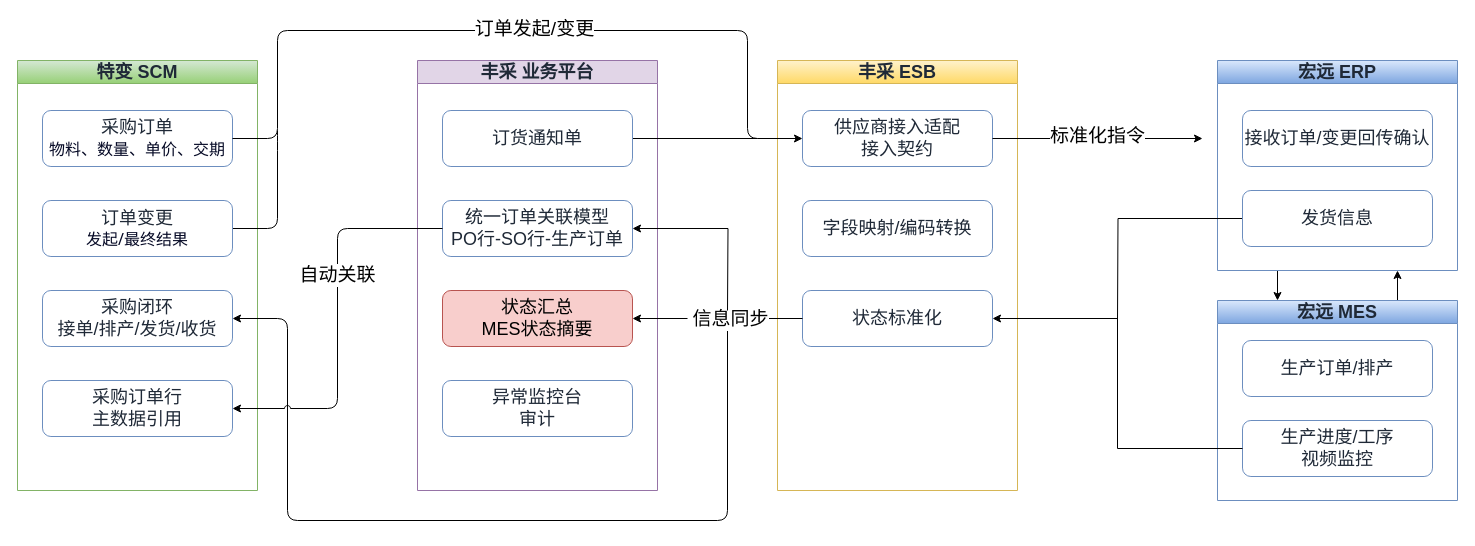
Before: page "方案二" (4 of 4) of 业务系统/fc/特变方案图.drawio in Utihbi/pics, a draw.io diagram. Source tidied: cells renumbered, new cells numbered last; positions are measured from the earlier drawing's top-left corner, leaving out a move shared by most shapes. Both pictures are drawn from the tidied source at 100%, with x=0, y=0 at pixel (17, 30).
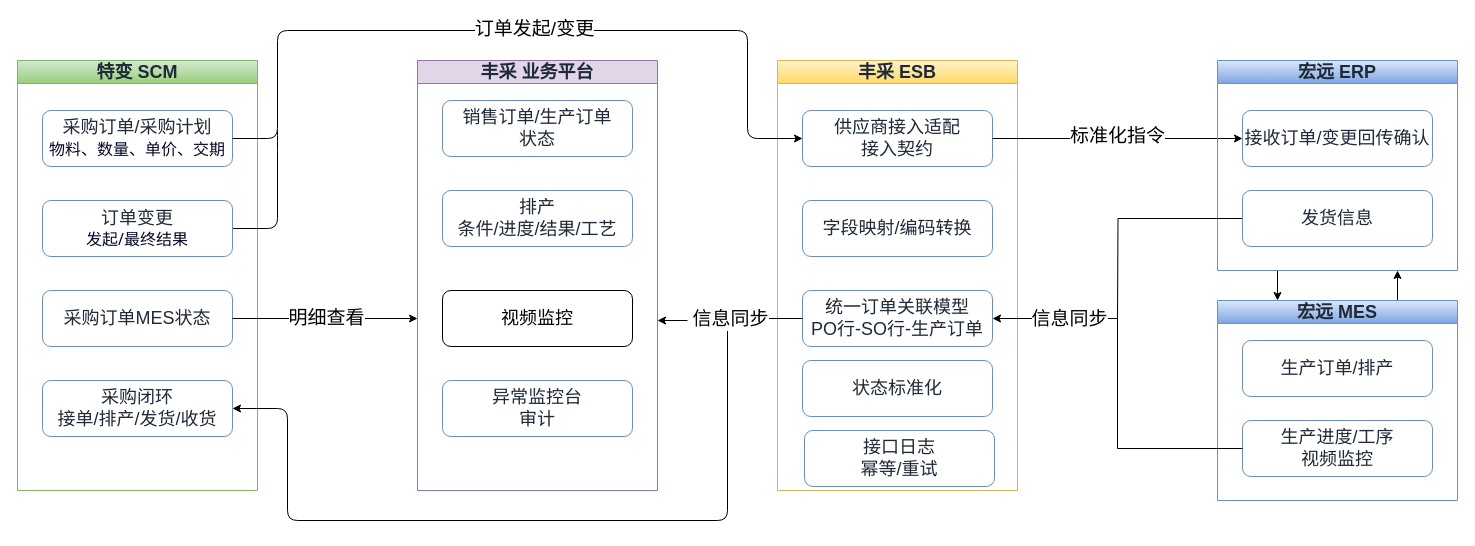
Above is the later version.

Commit message:
特变方案图-评审适配

Unchanged cells that the change refers to:
```xml
<mxCell id="2" value="&lt;span style=&quot;color: rgb(31, 41, 55);&quot;&gt;&lt;font style=&quot;font-size: 18px;&quot;&gt;特变 SCM&lt;/font&gt;&lt;/span&gt;" style="swimlane;whiteSpace=wrap;html=1;fillColor=#d5e8d4;strokeColor=#82b366;gradientColor=#97d077;" parent="1" vertex="1">
  <mxGeometry y="30" width="240" height="430" as="geometry" />
</mxCell>
<mxCell id="8" value="&lt;span style=&quot;color: rgb(31, 41, 55);&quot;&gt;&lt;font style=&quot;font-size: 18px;&quot;&gt;丰采 ESB&lt;/font&gt;&lt;/span&gt;" style="swimlane;whiteSpace=wrap;html=1;fillColor=#fff2cc;gradientColor=#ffd966;strokeColor=#d6b656;" parent="1" vertex="1">
  <mxGeometry x="760" y="30" width="240" height="430" as="geometry" />
</mxCell>
<mxCell id="9" value="&lt;span style=&quot;font-size: 18px;&quot;&gt;供应商接入适配&lt;/span&gt;&lt;div&gt;&lt;span style=&quot;font-size: 18px;&quot;&gt;接入契约&lt;/span&gt;&lt;/div&gt;" style="rounded=1;whiteSpace=wrap;html=1;fillColor=#ffffff;strokeColor=#6c8ebf;fontColor=#1f2937;" parent="8" vertex="1">
  <mxGeometry x="25" y="50" width="190" height="56" as="geometry" />
</mxCell>
<mxCell id="18" value="&lt;span style=&quot;color: rgb(31, 41, 55);&quot;&gt;&lt;font style=&quot;font-size: 18px;&quot;&gt;丰采 业务平台&lt;/font&gt;&lt;/span&gt;" style="swimlane;whiteSpace=wrap;html=1;fillColor=#e1d5e7;strokeColor=#9673a6;" parent="1" vertex="1">
  <mxGeometry x="400" y="30" width="240" height="430" as="geometry" />
</mxCell>
<mxCell id="30" value="&lt;span style=&quot;font-size: 18px;&quot;&gt;接收订单/变更回传确认&lt;/span&gt;" style="rounded=1;whiteSpace=wrap;html=1;fillColor=#ffffff;strokeColor=#6c8ebf;fontColor=#1f2937;" parent="29" vertex="1">
  <mxGeometry x="25" y="50" width="190" height="56" as="geometry" />
</mxCell>
<mxCell id="37" style="edgeStyle=orthogonalEdgeStyle;rounded=0;jettySize=auto;html=1;entryX=1;entryY=0.5;entryDx=0;entryDy=0;" parent="1" edge="1" source="36" target="11">
  <mxGeometry relative="1" as="geometry" />
</mxCell>
```

What changed in the source:
```diff
@@
-    <mxCell id="3" value="&lt;font style=&quot;font-size: 18px;&quot;&gt;采购订单&lt;/font&gt;&lt;div&gt;&lt;font style=&quot;font-size: 18px;&quot;&gt;&lt;span style=&quot;color: rgb(6, 10, 38); font-family: system-ui, -apple-system, BlinkMacSystemFont, &amp;quot;Segoe UI&amp;quot;, Roboto, &amp;quot;Helvetica Neue&amp;quot;, Arial, sans-serif; font-size: 16px; text-align: left; background-color: rgb(255, 255, 255);&quot;&gt;物料、数量、单价、交期&lt;/span&gt;&lt;/font&gt;&lt;/div&gt;" style="rounded=1;whiteSpace=wrap;html=1;fillColor=#ffffff;strokeColor=#6c8ebf;fontColor=#1f2937;" parent="2" vertex="1">
+    <mxCell id="3" value="&lt;font style=&quot;font-size: 18px;&quot;&gt;采购订单/采购计划&lt;/font&gt;&lt;div&gt;&lt;font style=&quot;font-size: 18px;&quot;&gt;&lt;span style=&quot;color: rgb(6, 10, 38); font-family: system-ui, -apple-system, BlinkMacSystemFont, &amp;quot;Segoe UI&amp;quot;, Roboto, &amp;quot;Helvetica Neue&amp;quot;, Arial, sans-serif; font-size: 16px; text-align: left; background-color: rgb(255, 255, 255);&quot;&gt;物料、数量、单价、交期&lt;/span&gt;&lt;/font&gt;&lt;/div&gt;" style="rounded=1;whiteSpace=wrap;html=1;fillColor=#ffffff;strokeColor=#6c8ebf;fontColor=#1f2937;" parent="2" vertex="1">
       <mxGeometry x="25" y="50" width="190" height="56" as="geometry" />
     </mxCell>
@@
     <mxCell id="6" value="&lt;span style=&quot;font-size: 18px;&quot;&gt;采购闭环&lt;/span&gt;&lt;div&gt;&lt;span style=&quot;font-size: 18px;&quot;&gt;接单/排产/发货/收货&lt;/span&gt;&lt;/div&gt;" style="rounded=1;whiteSpace=wrap;html=1;fillColor=#ffffff;strokeColor=#6c8ebf;fontColor=#1f2937;" parent="2" vertex="1">
-      <mxGeometry x="25" y="230" width="190" height="56" as="geometry" />
+      <mxGeometry x="25" y="320" width="190" height="56" as="geometry" />
     </mxCell>
-    <mxCell id="7" value="&lt;span style=&quot;font-size: 18px;&quot;&gt;采购订单行&lt;/span&gt;&lt;div&gt;&lt;span style=&quot;font-size: 18px;&quot;&gt;主数据引用&lt;/span&gt;&lt;/div&gt;" style="rounded=1;whiteSpace=wrap;html=1;fillColor=#ffffff;strokeColor=#6c8ebf;fontColor=#1f2937;" parent="2" vertex="1">
-      <mxGeometry x="25" y="320" width="190" height="56" as="geometry" />
-    </mxCell>
+    <mxCell id="38" value="&lt;span style=&quot;font-size: 18px;&quot;&gt;采购订单MES状态&lt;/span&gt;" style="rounded=1;whiteSpace=wrap;html=1;fillColor=#ffffff;strokeColor=#6c8ebf;fontColor=#1f2937;" parent="2" vertex="1">
+      <mxGeometry x="25" y="230" width="190" height="56" as="geometry" />
+    </mxCell>
@@
-    <mxCell id="11" value="&lt;span style=&quot;font-size: 18px;&quot;&gt;状态标准化&lt;/span&gt;" style="rounded=1;whiteSpace=wrap;html=1;fillColor=#ffffff;strokeColor=#6c8ebf;fontColor=#1f2937;" parent="8" vertex="1">
+    <mxCell id="11" value="&lt;span style=&quot;font-size: 18px;&quot;&gt;统一订单关联模型&lt;br&gt;&lt;/span&gt;&lt;span style=&quot;font-size: 18px; background-color: transparent; color: light-dark(rgb(31, 41, 55), rgb(196, 204, 216));&quot;&gt;PO行-SO行-生产订单&lt;/span&gt;" style="rounded=1;whiteSpace=wrap;html=1;fillColor=#ffffff;strokeColor=#6c8ebf;fontColor=#1f2937;" parent="8" vertex="1">
       <mxGeometry x="25" y="230" width="190" height="56" as="geometry" />
     </mxCell>
+    <mxCell id="22" value="&lt;span style=&quot;font-size: 18px;&quot;&gt;状态标准化&lt;/span&gt;" style="rounded=1;whiteSpace=wrap;html=1;fillColor=#ffffff;strokeColor=#6c8ebf;fontColor=#1f2937;" parent="8" vertex="1">
+      <mxGeometry x="25" y="300" width="190" height="56" as="geometry" />
+    </mxCell>
+    <mxCell id="39" value="&lt;span style=&quot;font-size: 18px;&quot;&gt;接口日志&lt;/span&gt;&lt;div&gt;&lt;span style=&quot;font-size: 18px;&quot;&gt;幂等/重试&lt;/span&gt;&lt;/div&gt;" style="rounded=1;whiteSpace=wrap;html=1;fillColor=#ffffff;strokeColor=#6c8ebf;fontColor=#1f2937;" parent="8" vertex="1">
+      <mxGeometry x="27" y="370" width="190" height="56" as="geometry" />
+    </mxCell>
@@
-    <mxCell id="14" style="edgeStyle=orthogonalEdgeStyle;rounded=0;jettySize=auto;html=1;entryX=0;entryY=0.5;entryDx=0;entryDy=0;" parent="1" edge="1" source="9">
-      <mxGeometry relative="1" as="geometry">
-        <mxPoint x="1185" y="108" as="targetPoint" />
-      </mxGeometry>
+    <mxCell id="14" style="edgeStyle=orthogonalEdgeStyle;rounded=0;jettySize=auto;html=1;entryX=0;entryY=0.5;entryDx=0;entryDy=0;" parent="1" edge="1" source="9" target="30">
+      <mxGeometry relative="1" as="geometry" />
     </mxCell>
@@
     <mxCell id="16" style="edgeStyle=orthogonalEdgeStyle;rounded=1;jettySize=auto;html=1;exitX=0;exitY=0.5;exitDx=0;exitDy=0;entryX=1;entryY=0.5;entryDx=0;entryDy=0;curved=0;" parent="1" edge="1" source="11" target="6">
       <mxGeometry relative="1" as="geometry">
         <Array as="points">
           <mxPoint x="710" y="288" />
           <mxPoint x="710" y="490" />
           <mxPoint x="270" y="490" />
-          <mxPoint x="270" y="288" />
+          <mxPoint x="270" y="378" />
         </Array>
       </mxGeometry>
     </mxCell>
     <mxCell id="17" value="&lt;span style=&quot;font-size: 19px;&quot;&gt;信息同步&lt;/span&gt;" style="edgeLabel;html=1;align=center;verticalAlign=middle;" parent="16" vertex="1">
       <mxGeometry x="-0.09" relative="1" as="geometry">
-        <mxPoint x="168" y="-202" as="offset" />
+        <mxPoint x="127" y="-202" as="offset" />
       </mxGeometry>
     </mxCell>
@@
-    <mxCell id="19" style="edgeStyle=orthogonalEdgeStyle;rounded=0;jettySize=auto;html=1;exitX=1;exitY=0.5;exitDx=0;exitDy=0;endArrow=none;endFill=0;" parent="18" edge="1" source="20">
-      <mxGeometry relative="1" as="geometry">
-        <mxPoint x="340" y="78" as="targetPoint" />
-      </mxGeometry>
-    </mxCell>
-    <mxCell id="20" value="&lt;span style=&quot;font-size: 18px;&quot;&gt;订货通知单&lt;/span&gt;" style="rounded=1;whiteSpace=wrap;html=1;fillColor=#ffffff;strokeColor=#6c8ebf;fontColor=#1f2937;" parent="18" vertex="1">
-      <mxGeometry x="25" y="50" width="190" height="56" as="geometry" />
-    </mxCell>
-    <mxCell id="21" style="edgeStyle=orthogonalEdgeStyle;rounded=0;jettySize=auto;html=1;exitX=1;exitY=0.5;exitDx=0;exitDy=0;startArrow=classic;startFill=1;endArrow=none;endFill=0;" parent="18" edge="1" source="22">
-      <mxGeometry relative="1" as="geometry">
-        <mxPoint x="310" y="250" as="targetPoint" />
-      </mxGeometry>
-    </mxCell>
-    <mxCell id="22" value="&lt;span style=&quot;font-size: 18px;&quot;&gt;统一订单关联模型&lt;/span&gt;&lt;div&gt;&lt;span style=&quot;font-size: 18px;&quot;&gt;PO行-SO行-生产订单&lt;/span&gt;&lt;/div&gt;" style="rounded=1;whiteSpace=wrap;html=1;fillColor=#ffffff;strokeColor=#6c8ebf;fontColor=#1f2937;" parent="18" vertex="1">
-      <mxGeometry x="25" y="140" width="190" height="56" as="geometry" />
-    </mxCell>
-    <mxCell id="23" style="edgeStyle=orthogonalEdgeStyle;rounded=0;jettySize=auto;html=1;exitX=1;exitY=0.5;exitDx=0;exitDy=0;endArrow=none;endFill=0;startArrow=classic;startFill=1;" parent="18" edge="1" source="24">
-      <mxGeometry relative="1" as="geometry">
-        <mxPoint x="270" y="258" as="targetPoint" />
-      </mxGeometry>
-    </mxCell>
-    <mxCell id="24" value="&lt;span style=&quot;font-size: 18px;&quot;&gt;状态汇总&lt;/span&gt;&lt;div&gt;&lt;span style=&quot;font-size: 18px;&quot;&gt;MES状态摘要&lt;/span&gt;&lt;/div&gt;" style="rounded=1;whiteSpace=wrap;html=1;fillColor=#f8cecc;strokeColor=#b85450;" parent="18" vertex="1">
+    <mxCell id="24" value="&lt;span style=&quot;font-size: 18px;&quot;&gt;视频监控&lt;/span&gt;" style="rounded=1;whiteSpace=wrap;html=1;" parent="18" vertex="1">
       <mxGeometry x="25" y="230" width="190" height="56" as="geometry" />
     </mxCell>
@@
-    <mxCell id="26" style="edgeStyle=orthogonalEdgeStyle;rounded=1;jettySize=auto;html=1;exitX=1;exitY=0.5;exitDx=0;exitDy=0;entryX=0;entryY=0.5;entryDx=0;entryDy=0;curved=0;jumpStyle=arc;endArrow=none;endFill=0;startArrow=classic;startFill=1;" parent="1" edge="1" source="7" target="22">
-      <mxGeometry relative="1" as="geometry" />
-    </mxCell>
-    <mxCell id="27" value="自动关联" style="edgeLabel;html=1;align=center;verticalAlign=middle;fontSize=19;" parent="26" vertex="1">
-      <mxGeometry x="-0.04" y="1" relative="1" as="geometry">
-        <mxPoint y="-52" as="offset" />
-      </mxGeometry>
-    </mxCell>
+    <mxCell id="40" value="&lt;span style=&quot;font-size: 18px;&quot;&gt;销售订单/生产订单&lt;/span&gt;&lt;div&gt;&lt;span style=&quot;font-size: 18px;&quot;&gt;状态&lt;/span&gt;&lt;/div&gt;" style="rounded=1;whiteSpace=wrap;html=1;fillColor=#ffffff;strokeColor=#6c8ebf;fontColor=#1f2937;" parent="18" vertex="1">
+      <mxGeometry x="25" y="40" width="190" height="56" as="geometry" />
+    </mxCell>
+    <mxCell id="41" value="&lt;span style=&quot;font-size: 18px;&quot;&gt;排产&lt;/span&gt;&lt;div&gt;&lt;span style=&quot;font-size: 18px;&quot;&gt;条件/进度/结果/工艺&lt;/span&gt;&lt;/div&gt;" style="rounded=1;whiteSpace=wrap;html=1;fillColor=#ffffff;strokeColor=#6c8ebf;fontColor=#1f2937;" parent="18" vertex="1">
+      <mxGeometry x="25" y="130" width="190" height="56" as="geometry" />
+    </mxCell>
@@
+    <mxCell id="42" value="&lt;font style=&quot;font-size: 19px;&quot;&gt;信息同步&lt;/font&gt;" style="edgeLabel;html=1;align=center;verticalAlign=middle;" parent="37" vertex="1">
+      <mxGeometry x="0.57" y="-1" relative="1" as="geometry">
+        <mxPoint x="-6" y="1" as="offset" />
+      </mxGeometry>
+    </mxCell>
+    <mxCell id="43" style="edgeStyle=orthogonalEdgeStyle;rounded=0;jettySize=auto;html=1;exitX=1;exitY=0.5;exitDx=0;exitDy=0;" parent="1" edge="1" source="38">
+      <mxGeometry relative="1" as="geometry">
+        <mxPoint x="400" y="288" as="targetPoint" />
+      </mxGeometry>
+    </mxCell>
+    <mxCell id="44" value="&lt;font style=&quot;font-size: 19px;&quot;&gt;明细查看&lt;/font&gt;" style="edgeLabel;html=1;align=center;verticalAlign=middle;" parent="43" vertex="1">
+      <mxGeometry x="0.01" y="1" relative="1" as="geometry" />
+    </mxCell>
+    <mxCell id="45" style="endArrow=classic;html=1;rounded=0;" parent="1" edge="1">
+      <mxGeometry relative="1" as="geometry">
+        <mxPoint x="670" y="290" as="sourcePoint" />
+        <mxPoint x="640" y="290" as="targetPoint" />
+      </mxGeometry>
+    </mxCell>
```
